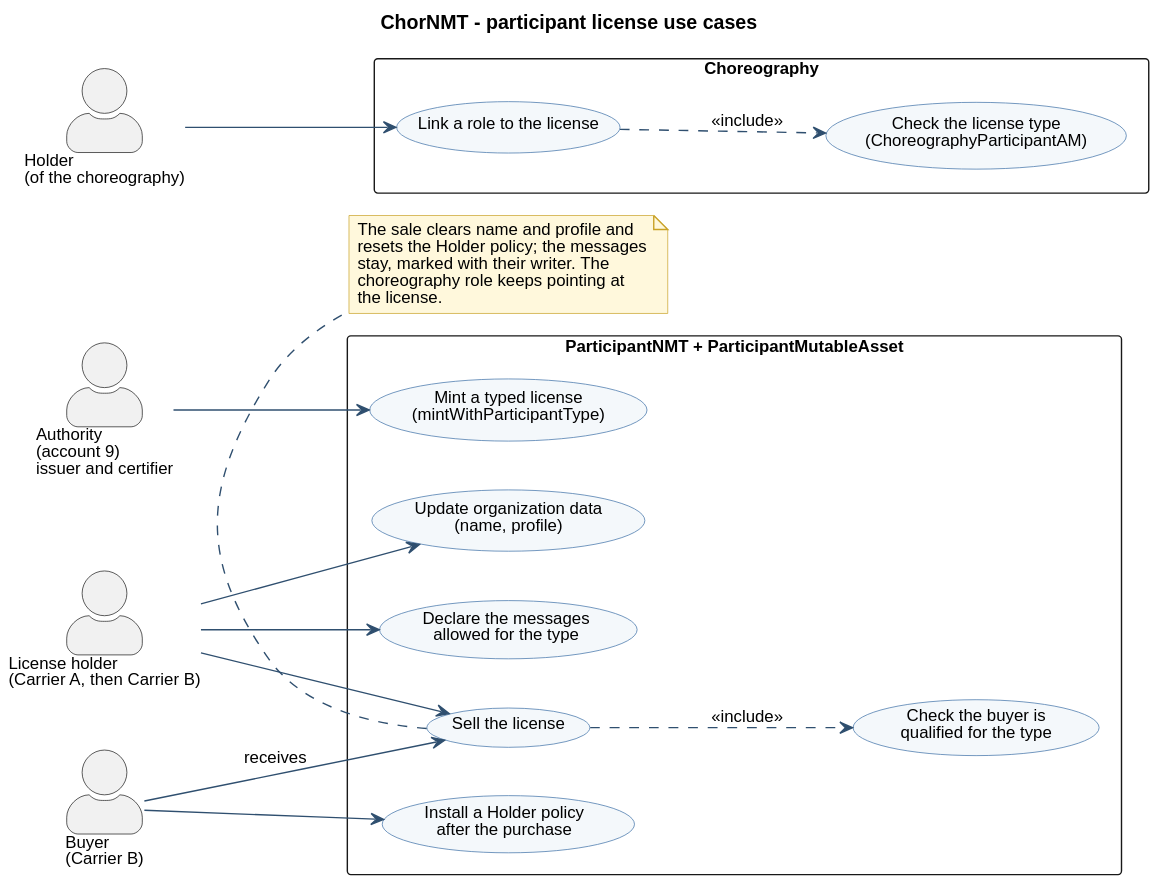
This is docs/uml/use-case-participant-license.svg from d0na/ChorNMT, a PlantUML export, as it was before one commit.
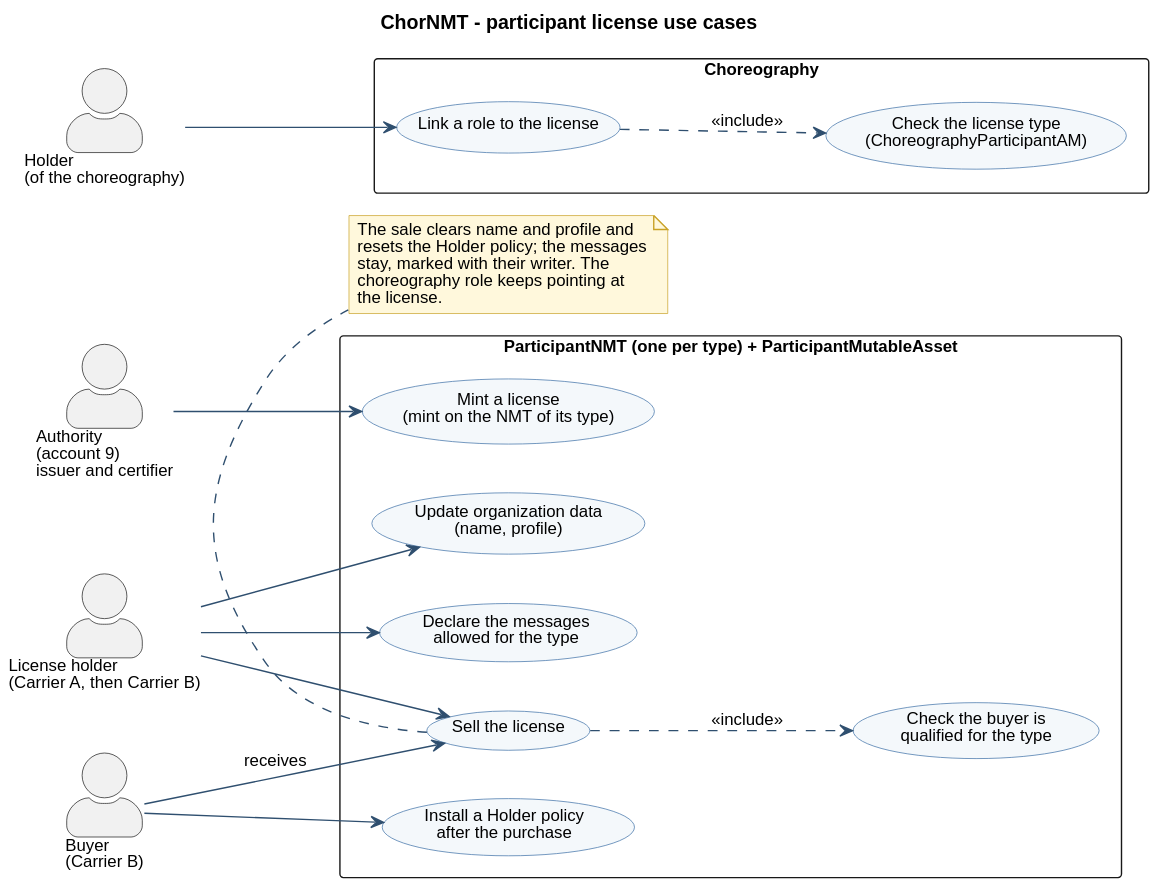
Later version of the same file.

Change to the diagram source:
```diff
@@ -6,8 +6,8 @@
 actor "License holder\n(Carrier A, then Carrier B)" as LicenseHolder
 actor "Buyer\n(Carrier B)" as Buyer
 actor "Holder\n(of the choreography)" as ChoreoHolder
-rectangle "ParticipantNMT + ParticipantMutableAsset" {
-  usecase "Mint a typed license\n(mintWithParticipantType)" as UC_Mint
+rectangle "ParticipantNMT (one per type) + ParticipantMutableAsset" {
+  usecase "Mint a license\n(mint on the NMT of its type)" as UC_Mint
   usecase "Declare the messages\nallowed for the type" as UC_Messages
   usecase "Update organization data\n(name, profile)" as UC_Data
   usecase "Sell the license" as UC_Sell
```
